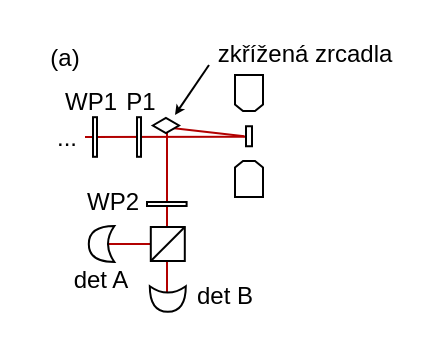
Before: img/svg/ferh-schema.drawio in vladidobro/thesis, a draw.io diagram. Source tidied: cells renumbered, new cells numbered last; positions are measured from the earlier drawing's top-left corner, leaving out a move shared by most shapes. Both pictures are drawn from the tidied source at 200%, with x=0, y=0 at pixel (34, 34).
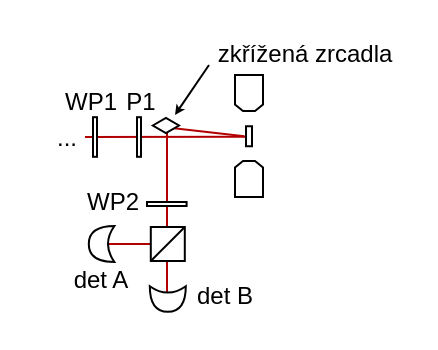
The same page after the edit.

Commit message (it also covers changes not shown here):
hotove ferh, chybi A.1

What changed in the source:
```diff
@@
-    <mxCell id="20" value="(a)" style="text;html=1;align=center;verticalAlign=middle;strokeColor=none;fillColor=none;" parent="1" vertex="1">
-      <mxGeometry y="2" width="30" height="20" as="geometry" />
-    </mxCell>
```
